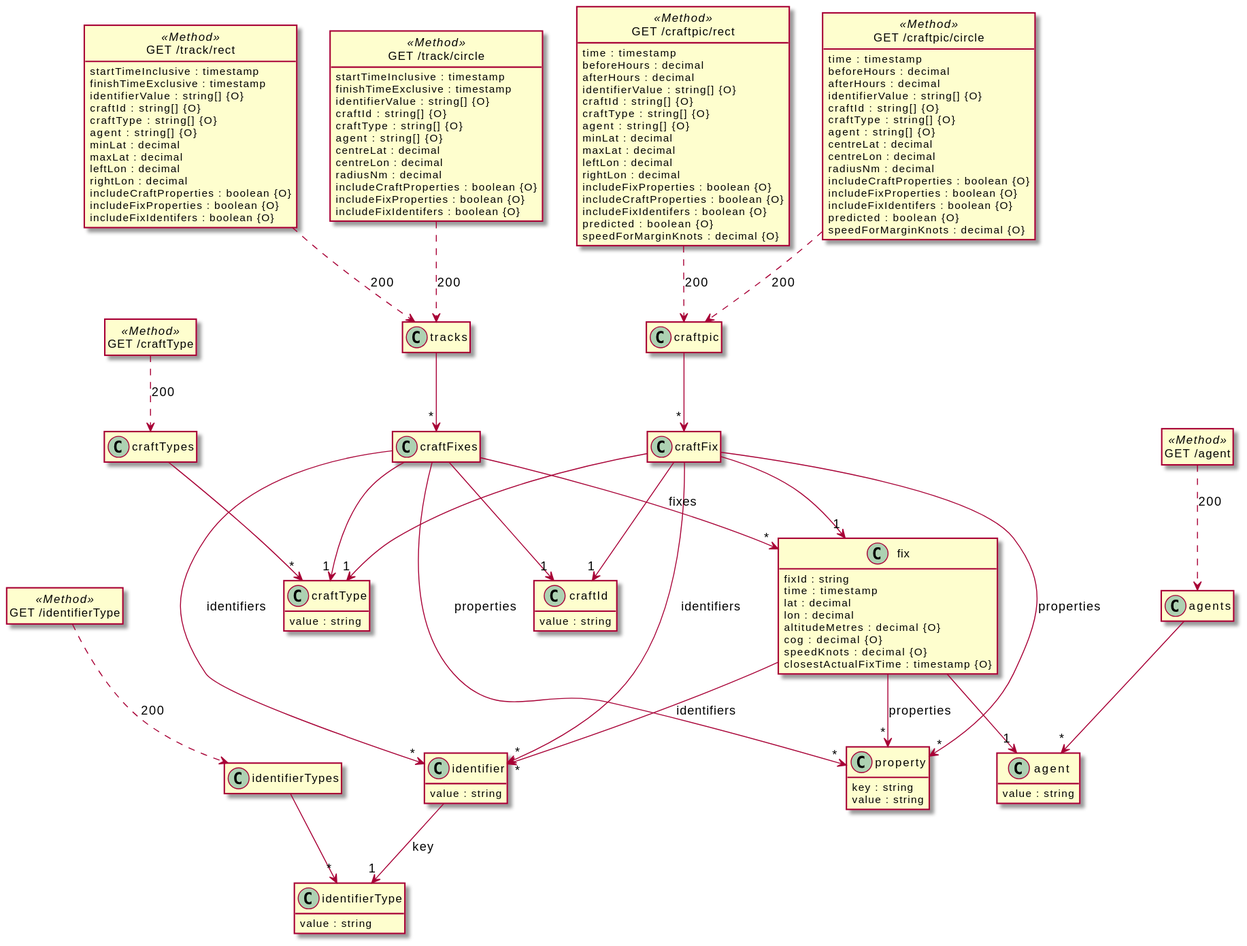
Earlier version of the PlantUML export src/docs/openapi-example.svg (davidmoten/openapi-to-plantuml). The source it was exported from:
```plantuml
@startuml
hide <<Method>> circle
hide empty methods
hide empty fields
set namespaceSeparator none

class "agents" {
}

"agents" --> "*" "agent"

class "agent" {
  value : string
}

class "craftTypes" {
}

"craftTypes" --> "*" "craftType"

class "tracks" {
}

"tracks" --> "*" "craftFixes"

class "craftpic" {
}

"craftpic" --> "*" "craftFix"

class "craftId" {
  value : string
}

class "craftType" {
  value : string
}

class "identifierTypes" {
}

"identifierTypes" --> "*" "identifierType"

class "identifierType" {
  value : string
}

class "craftFix" {
}

"craftFix" --> "1" "craftId"

"craftFix" --> "1" "craftType"

"craftFix" --> "*" "identifier" : identifiers

"craftFix" --> "*" "property" : properties

"craftFix" --> "1" "fix"

class "craftFixes" {
}

"craftFixes" --> "1" "craftId"

"craftFixes" --> "1" "craftType"

"craftFixes" --> "*" "identifier" : identifiers

"craftFixes" --> "*" "property" : properties

"craftFixes" --> "*" "fix" : fixes

class "identifier" {
  value : string
}

"identifier" --> "1" "identifierType" : key

class "property" {
  key : string
  value : string
}

class "fix" {
  fixId : string
  time : timestamp
  lat : decimal
  lon : decimal
  altitudeMetres : decimal {O}
  cog : decimal {O}
  speedKnots : decimal {O}
  closestActualFixTime : timestamp {O}
}

"fix" --> "1" "agent"

"fix" --> "*" "property" : properties

"fix" --> "*" "identifier" : identifiers

class "GET /agent" <<Method>> {
}

"GET /agent" ..> "agents": 200

class "GET /craftType" <<Method>> {
}

"GET /craftType" ..> "craftTypes": 200

class "GET /identifierType" <<Method>> {
}

"GET /identifierType" ..> "identifierTypes": 200

class "GET /track/rect" <<Method>> {
  startTimeInclusive : timestamp
  finishTimeExclusive : timestamp
  identifierValue : string[] {O}
  craftId : string[] {O}
  craftType : string[] {O}
  agent : string[] {O}
  minLat : decimal
  maxLat : decimal
  leftLon : decimal
  rightLon : decimal
  includeCraftProperties : boolean {O}
  includeFixProperties : boolean {O}
  includeFixIdentifers : boolean {O}
}

"GET /track/rect" ..> "tracks": 200

class "GET /track/circle" <<Method>> {
  startTimeInclusive : timestamp
  finishTimeExclusive : timestamp
  identifierValue : string[] {O}
  craftId : string[] {O}
  craftType : string[] {O}
  agent : string[] {O}
  centreLat : decimal
  centreLon : decimal
  radiusNm : decimal
  includeCraftProperties : boolean {O}
  includeFixProperties : boolean {O}
  includeFixIdentifers : boolean {O}
}

"GET /track/circle" ..> "tracks": 200

class "GET /craftpic/rect" <<Method>> {
  time : timestamp
  beforeHours : decimal
  afterHours : decimal
  identifierValue : string[] {O}
  craftId : string[] {O}
  craftType : string[] {O}
  agent : string[] {O}
  minLat : decimal
  maxLat : decimal
  leftLon : decimal
  rightLon : decimal
  includeFixProperties : boolean {O}
  includeCraftProperties : boolean {O}
  includeFixIdentifers : boolean {O}
  predicted : boolean {O}
  speedForMarginKnots : decimal {O}
}

"GET /craftpic/rect" ..> "craftpic": 200

class "GET /craftpic/circle" <<Method>> {
  time : timestamp
  beforeHours : decimal
  afterHours : decimal
  identifierValue : string[] {O}
  craftId : string[] {O}
  craftType : string[] {O}
  agent : string[] {O}
  centreLat : decimal
  centreLon : decimal
  radiusNm : decimal
  includeCraftProperties : boolean {O}
  includeFixProperties : boolean {O}
  includeFixIdentifers : boolean {O}
  predicted : boolean {O}
  speedForMarginKnots : decimal {O}
}

"GET /craftpic/circle" ..> "craftpic": 200

@enduml
```
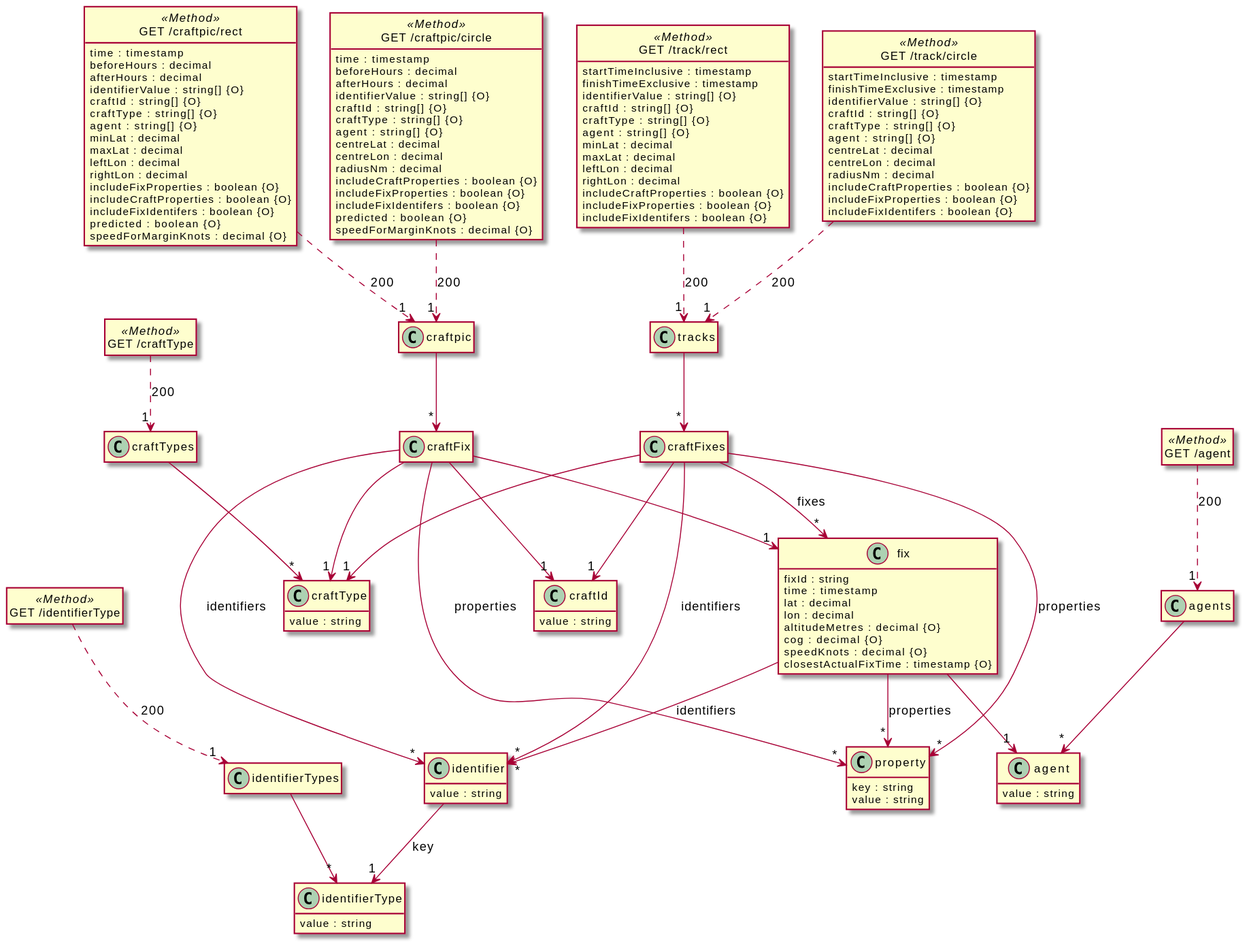
Above is the later version.

Diff of the diagram source:
```diff
@@ -7,8 +7,6 @@
 class "agents" {
 }
 
-"agents" --> "*" "agent"
-
 class "agent" {
   value : string
 }
@@ -16,17 +14,11 @@
 class "craftTypes" {
 }
 
-"craftTypes" --> "*" "craftType"
-
 class "tracks" {
 }
 
-"tracks" --> "*" "craftFixes"
-
 class "craftpic" {
 }
-
-"craftpic" --> "*" "craftFix"
 
 class "craftId" {
   value : string
@@ -39,8 +31,6 @@
 class "identifierTypes" {
 }
 
-"identifierTypes" --> "*" "identifierType"
-
 class "identifierType" {
   value : string
 }
@@ -48,34 +38,12 @@
 class "craftFix" {
 }
 
-"craftFix" --> "1" "craftId"
-
-"craftFix" --> "1" "craftType"
-
-"craftFix" --> "*" "identifier" : identifiers
-
-"craftFix" --> "*" "property" : properties
-
-"craftFix" --> "1" "fix"
-
 class "craftFixes" {
 }
-
-"craftFixes" --> "1" "craftId"
-
-"craftFixes" --> "1" "craftType"
-
-"craftFixes" --> "*" "identifier" : identifiers
-
-"craftFixes" --> "*" "property" : properties
-
-"craftFixes" --> "*" "fix" : fixes
 
 class "identifier" {
   value : string
 }
-
-"identifier" --> "1" "identifierType" : key
 
 class "property" {
   key : string
@@ -93,26 +61,14 @@
   closestActualFixTime : timestamp {O}
 }
 
-"fix" --> "1" "agent"
-
-"fix" --> "*" "property" : properties
-
-"fix" --> "*" "identifier" : identifiers
-
 class "GET /agent" <<Method>> {
 }
-
-"GET /agent" ..> "agents": 200
 
 class "GET /craftType" <<Method>> {
 }
 
-"GET /craftType" ..> "craftTypes": 200
-
 class "GET /identifierType" <<Method>> {
 }
-
-"GET /identifierType" ..> "identifierTypes": 200
 
 class "GET /track/rect" <<Method>> {
   startTimeInclusive : timestamp
@@ -130,8 +86,6 @@
   includeFixIdentifers : boolean {O}
 }
 
-"GET /track/rect" ..> "tracks": 200
-
 class "GET /track/circle" <<Method>> {
   startTimeInclusive : timestamp
   finishTimeExclusive : timestamp
@@ -146,8 +100,6 @@
   includeFixProperties : boolean {O}
   includeFixIdentifers : boolean {O}
 }
-
-"GET /track/circle" ..> "tracks": 200
 
 class "GET /craftpic/rect" <<Method>> {
   time : timestamp
@@ -168,8 +120,6 @@
   speedForMarginKnots : decimal {O}
 }
 
-"GET /craftpic/rect" ..> "craftpic": 200
-
 class "GET /craftpic/circle" <<Method>> {
   time : timestamp
   beforeHours : decimal
@@ -188,6 +138,56 @@
   speedForMarginKnots : decimal {O}
 }
 
-"GET /craftpic/circle" ..> "craftpic": 200
+"agents" --> "*" agent
+
+"craftTypes" --> "*" craftType
+
+"tracks" --> "*" craftFixes
+
+"craftpic" --> "*" craftFix
+
+"identifierTypes" --> "*" identifierType
+
+"craftFix" --> "1" craftId
+
+"craftFix" --> "1" craftType
+
+"craftFix" --> "*" identifier : "identifiers"
+
+"craftFix" --> "*" property : "properties"
+
+"craftFix" --> "1" fix
+
+"craftFixes" --> "1" craftId
+
+"craftFixes" --> "1" craftType
+
+"craftFixes" --> "*" identifier : "identifiers"
+
+"craftFixes" --> "*" property : "properties"
+
+"craftFixes" --> "*" fix : "fixes"
+
+"identifier" --> "1" identifierType : "key"
+
+"fix" --> "1" agent
+
+"fix" --> "*" property : "properties"
+
+"fix" --> "*" identifier : "identifiers"
+
+"GET /agent" ..> "1" agents : "200"
+
+"GET /craftType" ..> "1" craftTypes : "200"
+
+"GET /identifierType" ..> "1" identifierTypes : "200"
+
+"GET /track/rect" ..> "1" tracks : "200"
+
+"GET /track/circle" ..> "1" tracks : "200"
+
+"GET /craftpic/rect" ..> "1" craftpic : "200"
+
+"GET /craftpic/circle" ..> "1" craftpic : "200"
 
 @enduml
```
